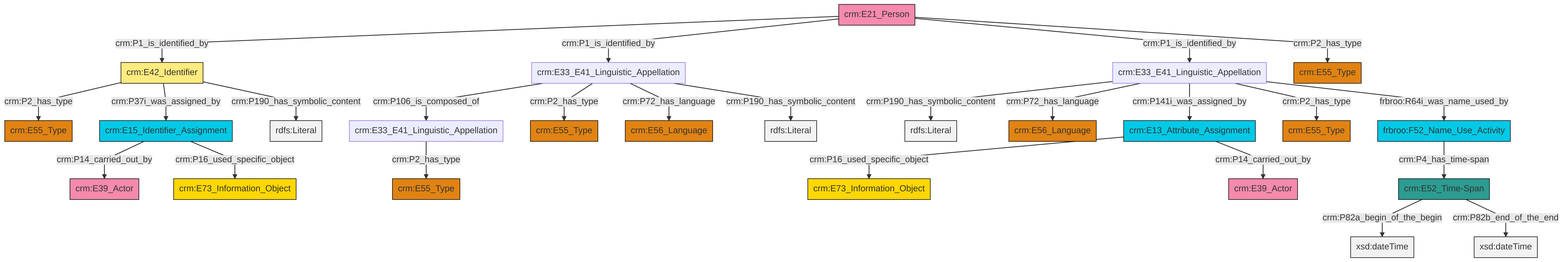
This is et/personCSV/ttl/mmd/png/Person_Names_and_Classification.png from swiss-art-research-net/reference-data-models, a Mermaid export, as it was before one commit. Its source is kept beside it as et/personCSV/ttl/mmd/Person_Names_and_Classification.ttl.mmd.
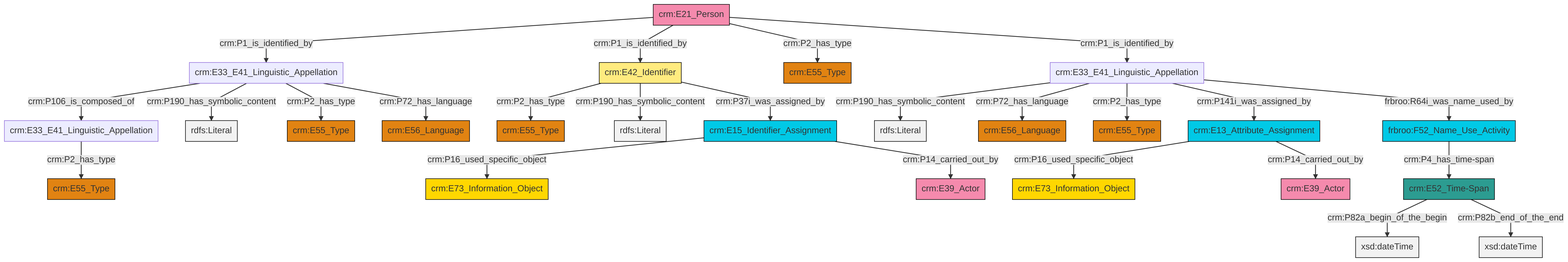
After the change.

The edit, as a diff of the source:
```diff
@@ -13,27 +13,27 @@
 classDef PC_Classes fill:#4ce600, stroke:#000000;
 classDef Multi fill:#cccccc,stroke:#000000;
 
-0["crm:E52_Time-Span"]:::Time-Span -->|crm:P82a_begin_of_the_begin| 1[xsd:dateTime]:::Literal
-2["crm:E13_Attribute_Assignment"]:::Temporal_Entity -->|crm:P16_used_specific_object| 3["crm:E73_Information_Object"]:::Conceptual_Object
-6["crm:E33_E41_Linguistic_Appellation"]:::Default -->|crm:P190_has_symbolic_content| 7[rdfs:Literal]:::Literal
-8["crm:E21_Person"]:::Actor -->|crm:P1_is_identified_by| 9["crm:E42_Identifier"]:::Appellation
-6["crm:E33_E41_Linguistic_Appellation"]:::Default -->|crm:P72_has_language| 11["crm:E56_Language"]:::Type
-14["crm:E15_Identifier_Assignment"]:::Temporal_Entity -->|crm:P14_carried_out_by| 15["crm:E39_Actor"]:::Actor
-0["crm:E52_Time-Span"]:::Time-Span -->|crm:P82b_end_of_the_end| 18[xsd:dateTime]:::Literal
-8["crm:E21_Person"]:::Actor -->|crm:P1_is_identified_by| 19["crm:E33_E41_Linguistic_Appellation"]:::Default
-14["crm:E15_Identifier_Assignment"]:::Temporal_Entity -->|crm:P16_used_specific_object| 20["crm:E73_Information_Object"]:::Conceptual_Object
-19["crm:E33_E41_Linguistic_Appellation"]:::Default -->|crm:P106_is_composed_of| 25["crm:E33_E41_Linguistic_Appellation"]:::Default
-6["crm:E33_E41_Linguistic_Appellation"]:::Default -->|crm:P141i_was_assigned_by| 2["crm:E13_Attribute_Assignment"]:::Temporal_Entity
-26["frbroo:F52_Name_Use_Activity"]:::Temporal_Entity -->|crm:P4_has_time-span| 0["crm:E52_Time-Span"]:::Time-Span
-9["crm:E42_Identifier"]:::Appellation -->|crm:P2_has_type| 23["crm:E55_Type"]:::Type
-19["crm:E33_E41_Linguistic_Appellation"]:::Default -->|crm:P2_has_type| 27["crm:E55_Type"]:::Type
-25["crm:E33_E41_Linguistic_Appellation"]:::Default -->|crm:P2_has_type| 12["crm:E55_Type"]:::Type
-6["crm:E33_E41_Linguistic_Appellation"]:::Default -->|crm:P2_has_type| 29["crm:E55_Type"]:::Type
-19["crm:E33_E41_Linguistic_Appellation"]:::Default -->|crm:P72_has_language| 4["crm:E56_Language"]:::Type
-8["crm:E21_Person"]:::Actor -->|crm:P1_is_identified_by| 6["crm:E33_E41_Linguistic_Appellation"]:::Default
-9["crm:E42_Identifier"]:::Appellation -->|crm:P37i_was_assigned_by| 14["crm:E15_Identifier_Assignment"]:::Temporal_Entity
-19["crm:E33_E41_Linguistic_Appellation"]:::Default -->|crm:P190_has_symbolic_content| 35[rdfs:Literal]:::Literal
-8["crm:E21_Person"]:::Actor -->|crm:P2_has_type| 21["crm:E55_Type"]:::Type
-2["crm:E13_Attribute_Assignment"]:::Temporal_Entity -->|crm:P14_carried_out_by| 37["crm:E39_Actor"]:::Actor
-6["crm:E33_E41_Linguistic_Appellation"]:::Default -->|frbroo:R64i_was_name_used_by| 26["frbroo:F52_Name_Use_Activity"]:::Temporal_Entity
-9["crm:E42_Identifier"]:::Appellation -->|crm:P190_has_symbolic_content| 44[rdfs:Literal]:::Literal
+4["crm:E21_Person"]:::Actor -->|crm:P1_is_identified_by| 5["crm:E33_E41_Linguistic_Appellation"]:::Default
+6["crm:E33_E41_Linguistic_Appellation"]:::Default -->|crm:P190_has_symbolic_content| 10[rdfs:Literal]:::Literal
+5["crm:E33_E41_Linguistic_Appellation"]:::Default -->|crm:P106_is_composed_of| 11["crm:E33_E41_Linguistic_Appellation"]:::Default
+14["crm:E13_Attribute_Assignment"]:::Temporal_Entity -->|crm:P16_used_specific_object| 8["crm:E73_Information_Object"]:::Conceptual_Object
+12["crm:E52_Time-Span"]:::Time-Span -->|crm:P82a_begin_of_the_begin| 15[xsd:dateTime]:::Literal
+12["crm:E52_Time-Span"]:::Time-Span -->|crm:P82b_end_of_the_end| 16[xsd:dateTime]:::Literal
+17["crm:E42_Identifier"]:::Appellation -->|crm:P2_has_type| 18["crm:E55_Type"]:::Type
+5["crm:E33_E41_Linguistic_Appellation"]:::Default -->|crm:P190_has_symbolic_content| 19[rdfs:Literal]:::Literal
+4["crm:E21_Person"]:::Actor -->|crm:P1_is_identified_by| 17["crm:E42_Identifier"]:::Appellation
+14["crm:E13_Attribute_Assignment"]:::Temporal_Entity -->|crm:P14_carried_out_by| 24["crm:E39_Actor"]:::Actor
+6["crm:E33_E41_Linguistic_Appellation"]:::Default -->|crm:P72_has_language| 27["crm:E56_Language"]:::Type
+6["crm:E33_E41_Linguistic_Appellation"]:::Default -->|crm:P2_has_type| 21["crm:E55_Type"]:::Type
+36["crm:E15_Identifier_Assignment"]:::Temporal_Entity -->|crm:P16_used_specific_object| 0["crm:E73_Information_Object"]:::Conceptual_Object
+5["crm:E33_E41_Linguistic_Appellation"]:::Default -->|crm:P2_has_type| 30["crm:E55_Type"]:::Type
+34["frbroo:F52_Name_Use_Activity"]:::Temporal_Entity -->|crm:P4_has_time-span| 12["crm:E52_Time-Span"]:::Time-Span
+6["crm:E33_E41_Linguistic_Appellation"]:::Default -->|crm:P141i_was_assigned_by| 14["crm:E13_Attribute_Assignment"]:::Temporal_Entity
+5["crm:E33_E41_Linguistic_Appellation"]:::Default -->|crm:P72_has_language| 41["crm:E56_Language"]:::Type
+6["crm:E33_E41_Linguistic_Appellation"]:::Default -->|frbroo:R64i_was_name_used_by| 34["frbroo:F52_Name_Use_Activity"]:::Temporal_Entity
+17["crm:E42_Identifier"]:::Appellation -->|crm:P190_has_symbolic_content| 45[rdfs:Literal]:::Literal
+4["crm:E21_Person"]:::Actor -->|crm:P2_has_type| 39["crm:E55_Type"]:::Type
+11["crm:E33_E41_Linguistic_Appellation"]:::Default -->|crm:P2_has_type| 2["crm:E55_Type"]:::Type
+17["crm:E42_Identifier"]:::Appellation -->|crm:P37i_was_assigned_by| 36["crm:E15_Identifier_Assignment"]:::Temporal_Entity
+36["crm:E15_Identifier_Assignment"]:::Temporal_Entity -->|crm:P14_carried_out_by| 28["crm:E39_Actor"]:::Actor
+4["crm:E21_Person"]:::Actor -->|crm:P1_is_identified_by| 6["crm:E33_E41_Linguistic_Appellation"]:::Default
```
